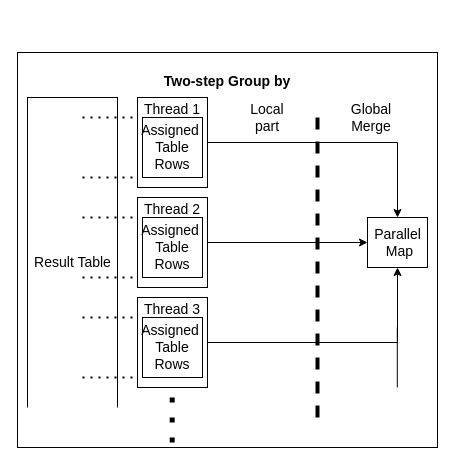
Earlier version of the draw.io diagram page "Two-Step" (6 of 7) of diagrams/QueryObjects.drawio (goramartin/BcThesisText). Source tidied: cells renumbered, new cells numbered last; positions are measured from the earlier drawing's top-left corner, leaving out a move shared by most shapes. Both pictures are drawn from the tidied source at 100%, with x=0, y=0 at pixel (17, 52).
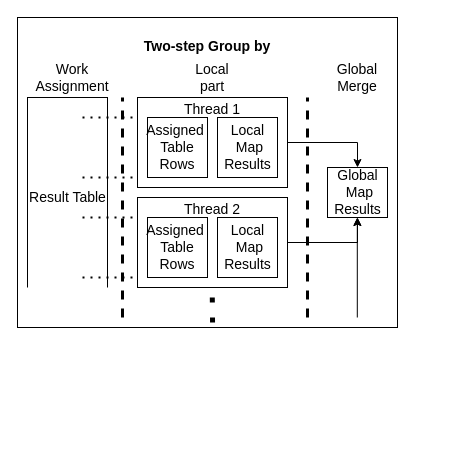
The same page after the edit.

Change to the diagram source:
```diff
@@
     <mxCell id="2" value="&lt;p style=&quot;margin: 4px 0px 0px; text-align: center; font-size: 14px;&quot;&gt;&lt;br style=&quot;font-size: 14px;&quot;&gt;&lt;b style=&quot;font-size: 14px;&quot;&gt;Two-step Group by&lt;/b&gt;&lt;/p&gt;" style="verticalAlign=top;align=left;overflow=fill;fontSize=14;fontFamily=CMU Serif;html=1;" parent="1" vertex="1">
-      <mxGeometry width="420" height="395" as="geometry" />
+      <mxGeometry y="-35" width="380" height="310" as="geometry" />
     </mxCell>
-    <mxCell id="3" style="edgeStyle=orthogonalEdgeStyle;rounded=0;jettySize=auto;html=1;fontSize=14;fontFamily=CMU Serif;" parent="1" edge="1" source="4" target="7">
-      <mxGeometry relative="1" as="geometry">
-        <Array as="points">
-          <mxPoint x="380" y="90" />
-        </Array>
-      </mxGeometry>
-    </mxCell>
+    <mxCell id="26" style="edgeStyle=orthogonalEdgeStyle;rounded=0;jettySize=auto;html=1;entryX=0.5;entryY=0;entryDx=0;entryDy=0;strokeWidth=1;" parent="1" edge="1" source="4" target="34">
+      <mxGeometry relative="1" as="geometry" />
+    </mxCell>
     <mxCell id="4" value="&lt;p style=&quot;margin: 4px 0px 0px; text-align: center; font-size: 14px;&quot;&gt;Thread 1&lt;/p&gt;" style="verticalAlign=top;align=left;overflow=fill;fontSize=14;fontFamily=CMU Serif;html=1;" parent="1" vertex="1">
-      <mxGeometry x="120" y="45" width="70" height="90" as="geometry" />
+      <mxGeometry x="120" y="45" width="150" height="90" as="geometry" />
     </mxCell>
-    <mxCell id="5" value="Result Table" style="html=1;fontSize=14;fontFamily=CMU Serif;" parent="1" vertex="1">
-      <mxGeometry x="10" y="45" width="90" height="330" as="geometry" />
-    </mxCell>
     <mxCell id="6" style="endArrow=none;dashed=1;html=1;dashPattern=1 3;strokeWidth=5;fontFamily=CMU Serif;fontSize=14;fontStyle=1;" parent="1" edge="1">
       <mxGeometry relative="1" as="geometry">
-        <mxPoint x="154.7" y="345" as="sourcePoint" />
-        <mxPoint x="154.7" y="395" as="targetPoint" />
+        <mxPoint x="194.8" y="245" as="sourcePoint" />
+        <mxPoint x="195.1" y="275" as="targetPoint" />
       </mxGeometry>
     </mxCell>
-    <mxCell id="7" value="Parallel&lt;br style=&quot;font-size: 14px;&quot;&gt;&amp;nbsp;Map" style="html=1;fontFamily=CMU Serif;fontSize=14;rotation=0;" parent="1" vertex="1">
-      <mxGeometry x="350" y="165" width="60" height="50" as="geometry" />
-    </mxCell>
-    <mxCell id="8" style="rounded=0;whiteSpace=wrap;html=1;strokeColor=none;fontSize=14;fontFamily=CMU Serif;" parent="1" vertex="1">
-      <mxGeometry x="5" y="355" width="100" height="30" as="geometry" />
-    </mxCell>
     <mxCell id="9" value="Assigned&amp;nbsp;&lt;br style=&quot;font-size: 14px;&quot;&gt;Table Rows" style="rounded=0;whiteSpace=wrap;html=1;strokeColor=#000000;fontSize=14;fontFamily=CMU Serif;" parent="1" vertex="1">
-      <mxGeometry x="125" y="65" width="60" height="60" as="geometry" />
+      <mxGeometry x="130" y="65" width="60" height="60" as="geometry" />
     </mxCell>
-    <mxCell id="10" style="edgeStyle=orthogonalEdgeStyle;rounded=0;jettySize=auto;html=1;fontSize=14;fontFamily=CMU Serif;" parent="1" edge="1" source="11" target="7">
-      <mxGeometry relative="1" as="geometry" />
-    </mxCell>
+    <mxCell id="27" style="edgeStyle=orthogonalEdgeStyle;rounded=0;jettySize=auto;html=1;entryX=0.5;entryY=1;entryDx=0;entryDy=0;strokeWidth=1;" parent="1" edge="1" source="11" target="34">
+      <mxGeometry relative="1" as="geometry" />
+    </mxCell>
     <mxCell id="11" value="&lt;p style=&quot;margin: 4px 0px 0px; text-align: center; font-size: 14px;&quot;&gt;Thread 2&lt;/p&gt;" style="verticalAlign=top;align=left;overflow=fill;fontSize=14;fontFamily=CMU Serif;html=1;" parent="1" vertex="1">
-      <mxGeometry x="120" y="145" width="70" height="90" as="geometry" />
+      <mxGeometry x="120" y="145" width="150" height="90" as="geometry" />
     </mxCell>
     <mxCell id="12" value="Assigned&amp;nbsp;&lt;br style=&quot;font-size: 14px;&quot;&gt;Table Rows" style="rounded=0;whiteSpace=wrap;html=1;strokeColor=#000000;fontSize=14;fontFamily=CMU Serif;" parent="1" vertex="1">
-      <mxGeometry x="125" y="165" width="60" height="60" as="geometry" />
+      <mxGeometry x="130" y="165" width="60" height="60" as="geometry" />
     </mxCell>
-    <mxCell id="13" style="edgeStyle=orthogonalEdgeStyle;rounded=0;jettySize=auto;html=1;fontSize=14;fontFamily=CMU Serif;" parent="1" edge="1" source="14" target="7">
-      <mxGeometry relative="1" as="geometry">
-        <Array as="points">
-          <mxPoint x="380" y="290" />
-        </Array>
-      </mxGeometry>
-    </mxCell>
-    <mxCell id="14" value="&lt;p style=&quot;margin: 4px 0px 0px; text-align: center; font-size: 14px;&quot;&gt;Thread 3&lt;/p&gt;" style="verticalAlign=top;align=left;overflow=fill;fontSize=14;fontFamily=CMU Serif;html=1;" parent="1" vertex="1">
-      <mxGeometry x="120" y="245" width="70" height="90" as="geometry" />
-    </mxCell>
-    <mxCell id="15" value="Assigned&amp;nbsp;&lt;br style=&quot;font-size: 14px;&quot;&gt;Table Rows" style="rounded=0;whiteSpace=wrap;html=1;strokeColor=#000000;fontSize=14;fontFamily=CMU Serif;" parent="1" vertex="1">
-      <mxGeometry x="125" y="265" width="60" height="60" as="geometry" />
-    </mxCell>
+    <mxCell id="24" value="Local part" style="text;html=1;strokeColor=none;fillColor=none;align=center;verticalAlign=middle;whiteSpace=wrap;rounded=0;fontSize=14;fontFamily=CMU Serif;" parent="1" vertex="1">
+      <mxGeometry x="175" y="15" width="40" height="20" as="geometry" />
+    </mxCell>
+    <mxCell id="25" value="Global Merge" style="text;html=1;strokeColor=none;fillColor=none;align=center;verticalAlign=middle;whiteSpace=wrap;rounded=0;fontSize=14;fontFamily=CMU Serif;" parent="1" vertex="1">
+      <mxGeometry x="320" y="15" width="40" height="20" as="geometry" />
+    </mxCell>
+    <mxCell id="28" value="Local&lt;br style=&quot;font-size: 14px&quot;&gt;&amp;nbsp;Map&lt;br&gt;Results" style="html=1;fontFamily=CMU Serif;fontSize=14;rotation=0;" parent="1" vertex="1">
+      <mxGeometry x="200" y="65" width="60" height="60" as="geometry" />
+    </mxCell>
+    <mxCell id="29" value="Local&lt;br style=&quot;font-size: 14px&quot;&gt;&amp;nbsp;Map&lt;br&gt;Results" style="html=1;fontFamily=CMU Serif;fontSize=14;rotation=0;" parent="1" vertex="1">
+      <mxGeometry x="200" y="165" width="60" height="60" as="geometry" />
+    </mxCell>
+    <mxCell id="30" value="Work&lt;br&gt;Assignment" style="text;html=1;strokeColor=none;fillColor=none;align=center;verticalAlign=middle;whiteSpace=wrap;rounded=0;fontSize=14;fontFamily=CMU Serif;" parent="1" vertex="1">
+      <mxGeometry x="30" y="15" width="50" height="20" as="geometry" />
+    </mxCell>
+    <mxCell id="31" style="endArrow=none;dashed=1;html=1;strokeWidth=3;fontSize=14;fontFamily=CMU Serif;" parent="1" edge="1">
+      <mxGeometry relative="1" as="geometry">
+        <mxPoint x="105" y="265" as="sourcePoint" />
+        <mxPoint x="105" y="45" as="targetPoint" />
+      </mxGeometry>
+    </mxCell>
+    <mxCell id="32" style="endArrow=none;dashed=1;html=1;strokeWidth=3;fontSize=14;fontFamily=CMU Serif;" parent="1" edge="1">
+      <mxGeometry relative="1" as="geometry">
+        <mxPoint x="290" y="265" as="sourcePoint" />
+        <mxPoint x="290" y="45" as="targetPoint" />
+      </mxGeometry>
+    </mxCell>
+    <mxCell id="5" value="Result Table" style="html=1;fontSize=14;fontFamily=CMU Serif;" parent="1" vertex="1">
+      <mxGeometry x="10" y="45" width="80" height="200" as="geometry" />
+    </mxCell>
@@
-    <mxCell id="20" style="endArrow=none;dashed=1;html=1;dashPattern=1 3;strokeWidth=2;fontSize=14;fontFamily=CMU Serif;" parent="1" edge="1">
-      <mxGeometry relative="1" as="geometry">
-        <mxPoint x="65" y="265" as="sourcePoint" />
-        <mxPoint x="115" y="265" as="targetPoint" />
-      </mxGeometry>
-    </mxCell>
-    <mxCell id="21" style="endArrow=none;dashed=1;html=1;dashPattern=1 3;strokeWidth=2;fontSize=14;fontFamily=CMU Serif;" parent="1" edge="1">
-      <mxGeometry relative="1" as="geometry">
-        <mxPoint x="65" y="325" as="sourcePoint" />
-        <mxPoint x="115" y="325" as="targetPoint" />
-      </mxGeometry>
-    </mxCell>
-    <mxCell id="22" style="endArrow=none;html=1;fontSize=14;fontFamily=CMU Serif;" parent="1" edge="1">
-      <mxGeometry relative="1" as="geometry">
-        <mxPoint x="379.8" y="335" as="sourcePoint" />
-        <mxPoint x="379.8" y="275" as="targetPoint" />
-      </mxGeometry>
-    </mxCell>
-    <mxCell id="23" style="endArrow=none;dashed=1;html=1;strokeWidth=4;fontSize=14;fontFamily=CMU Serif;" parent="1" edge="1">
-      <mxGeometry relative="1" as="geometry">
-        <mxPoint x="300" y="365" as="sourcePoint" />
-        <mxPoint x="300" y="65" as="targetPoint" />
-      </mxGeometry>
-    </mxCell>
-    <mxCell id="24" value="Local part" style="text;html=1;strokeColor=none;fillColor=none;align=center;verticalAlign=middle;whiteSpace=wrap;rounded=0;fontSize=14;fontFamily=CMU Serif;" parent="1" vertex="1">
-      <mxGeometry x="230" y="55" width="40" height="20" as="geometry" />
-    </mxCell>
-    <mxCell id="25" value="Global Merge" style="text;html=1;strokeColor=none;fillColor=none;align=center;verticalAlign=middle;whiteSpace=wrap;rounded=0;fontSize=14;fontFamily=CMU Serif;" parent="1" vertex="1">
-      <mxGeometry x="334" y="55" width="40" height="20" as="geometry" />
-    </mxCell>
+    <mxCell id="33" style="rounded=0;whiteSpace=wrap;html=1;strokeColor=none;fontSize=14;fontFamily=CMU Serif;" parent="1" vertex="1">
+      <mxGeometry x="7.5" y="235" width="85" height="20" as="geometry" />
+    </mxCell>
+    <mxCell id="34" value="Global&lt;br style=&quot;font-size: 14px&quot;&gt;&amp;nbsp;Map&lt;br&gt;Results" style="html=1;fontFamily=CMU Serif;fontSize=14;rotation=0;" parent="1" vertex="1">
+      <mxGeometry x="310" y="115" width="60" height="50" as="geometry" />
+    </mxCell>
+    <mxCell id="35" style="edgeStyle=orthogonalEdgeStyle;rounded=0;orthogonalLoop=1;jettySize=auto;html=1;fontSize=14;fontFamily=CMU Serif;" parent="1" edge="1">
+      <mxGeometry relative="1" as="geometry">
+        <mxPoint x="339.8" y="265" as="sourcePoint" />
+        <mxPoint x="339.8" y="165" as="targetPoint" />
+        <Array as="points">
+          <mxPoint x="339.8" y="265" />
+          <mxPoint x="339.8" y="265" />
+        </Array>
+      </mxGeometry>
+    </mxCell>
```
